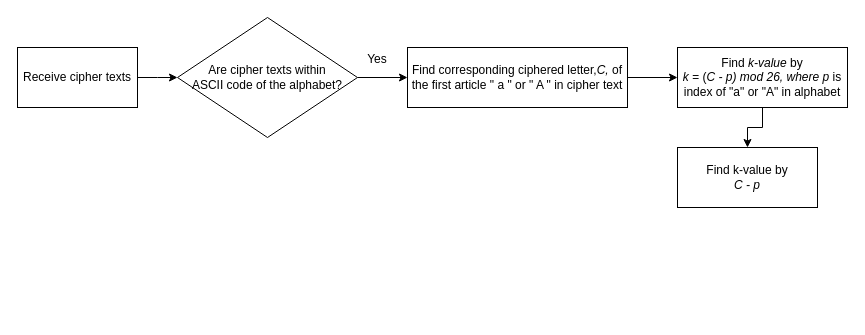
Above: 未命名绘图.drawio in Sheathh/my_HLC (draw.io), before the change. Source tidied: cells renumbered, new cells numbered last; positions are measured from the earlier drawing's top-left corner, leaving out a move shared by most shapes. Both pictures are drawn from the tidied source at 100%, with x=0, y=0 at pixel (17, 17).
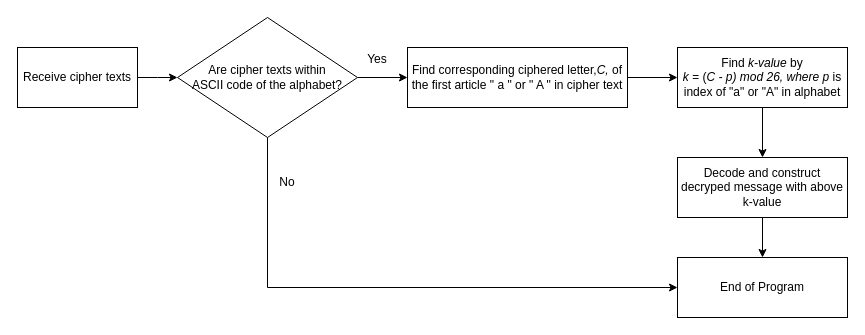
The same diagram, later.

Commit message:
更新未命名绘图.drawio

Diff of the diagram source:
```diff
@@
 <mxGraphModel>
   <root>
     <mxCell id="0" />
     <mxCell id="1" parent="0" />
     <mxCell id="2" style="edgeStyle=orthogonalEdgeStyle;rounded=0;jettySize=auto;html=1;" parent="1" edge="1" source="3" target="5">
       <mxGeometry relative="1" as="geometry" />
     </mxCell>
     <mxCell id="3" value="Find corresponding&amp;nbsp;ciphered letter,&lt;i&gt;C,&amp;nbsp;&lt;/i&gt;of the first article &quot; a &quot; or &quot; A &quot; in cipher text" style="rounded=0;whiteSpace=wrap;html=1;" parent="1" vertex="1">
       <mxGeometry x="390" y="30" width="220" height="60" as="geometry" />
     </mxCell>
     <mxCell id="4" style="edgeStyle=orthogonalEdgeStyle;rounded=0;jettySize=auto;html=1;" parent="1" edge="1" source="5" target="11">
       <mxGeometry relative="1" as="geometry" />
     </mxCell>
     <mxCell id="5" value="Find &lt;i&gt;k-value&amp;nbsp;&lt;/i&gt;by &lt;br&gt;&lt;i&gt;k =&amp;nbsp;&lt;/i&gt;(&lt;i style=&quot;border-color: var(--border-color);&quot;&gt;C - p) mod 26, where p &lt;/i&gt;&lt;span style=&quot;border-color: var(--border-color);&quot;&gt;is index of &quot;a&quot; or &quot;A&quot; in&amp;nbsp;&lt;/span&gt;alphabet" style="rounded=0;whiteSpace=wrap;html=1;" parent="1" vertex="1">
       <mxGeometry x="660" y="30" width="170" height="60" as="geometry" />
     </mxCell>
     <mxCell id="6" style="edgeStyle=orthogonalEdgeStyle;rounded=0;jettySize=auto;html=1;" parent="1" edge="1" source="7">
       <mxGeometry relative="1" as="geometry">
         <mxPoint x="160" y="60" as="targetPoint" />
       </mxGeometry>
     </mxCell>
     <mxCell id="7" value="Receive cipher texts" style="rounded=0;whiteSpace=wrap;html=1;" parent="1" vertex="1">
       <mxGeometry y="30" width="120" height="60" as="geometry" />
     </mxCell>
     <mxCell id="8" style="edgeStyle=orthogonalEdgeStyle;rounded=0;jettySize=auto;html=1;" parent="1" edge="1" source="9" target="3">
       <mxGeometry relative="1" as="geometry" />
     </mxCell>
+    <mxCell id="12" style="edgeStyle=orthogonalEdgeStyle;rounded=0;jettySize=auto;html=1;entryX=0;entryY=0.5;entryDx=0;entryDy=0;" parent="1" edge="1" source="9" target="14">
+      <mxGeometry relative="1" as="geometry">
+        <Array as="points">
+          <mxPoint x="250" y="270" />
+        </Array>
+      </mxGeometry>
+    </mxCell>
     <mxCell id="9" value="Are cipher texts within &lt;br&gt;ASCII code of the alphabet?" style="rhombus;whiteSpace=wrap;html=1;" parent="1" vertex="1">
       <mxGeometry x="160" width="180" height="120" as="geometry" />
     </mxCell>
     <mxCell id="10" value="Yes" style="rounded=0;whiteSpace=wrap;html=1;opacity=0;" parent="1" vertex="1">
       <mxGeometry x="300" y="12" width="120" height="60" as="geometry" />
     </mxCell>
+    <mxCell id="13" style="edgeStyle=orthogonalEdgeStyle;rounded=0;jettySize=auto;html=1;" parent="1" edge="1" source="11" target="14">
+      <mxGeometry relative="1" as="geometry" />
+    </mxCell>
-    <mxCell id="11" value="Find k-value by&lt;br&gt;&lt;i&gt;C - p&lt;/i&gt;" style="rounded=0;whiteSpace=wrap;html=1;" parent="1" vertex="1">
-      <mxGeometry x="660" y="130" width="140" height="60" as="geometry" />
+    <mxCell id="11" value="Decode and construct decryped message with above k-value" style="rounded=0;whiteSpace=wrap;html=1;" parent="1" vertex="1">
+      <mxGeometry x="660" y="140" width="170" height="60" as="geometry" />
     </mxCell>
+    <mxCell id="14" value="End of Program" style="rounded=0;whiteSpace=wrap;html=1;" parent="1" vertex="1">
+      <mxGeometry x="660" y="240" width="170" height="60" as="geometry" />
+    </mxCell>
+    <mxCell id="15" value="No" style="rounded=0;whiteSpace=wrap;html=1;opacity=0;" parent="1" vertex="1">
+      <mxGeometry x="210" y="130" width="120" height="70" as="geometry" />
+    </mxCell>
   </root>
 </mxGraphModel>
```
